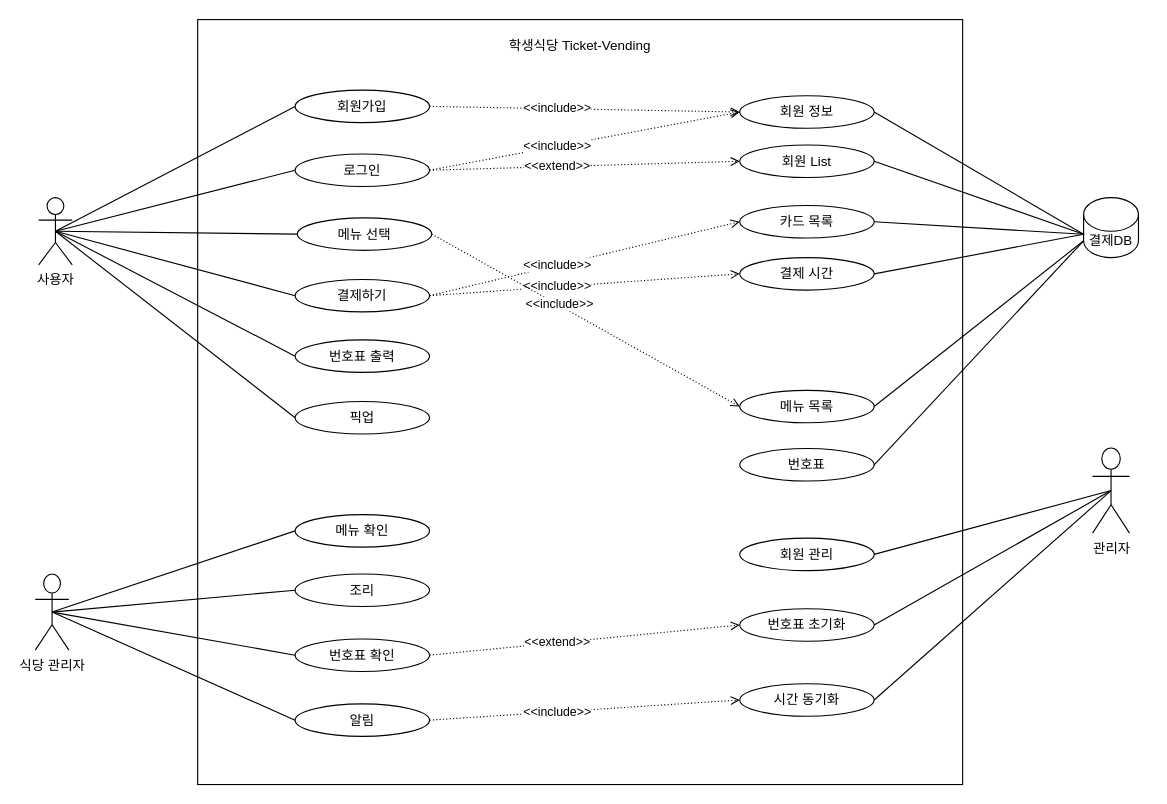
The draw.io diagram Student-cafeteria.drawio in four-idiots-team/student-cafteria-ticket-vending, before the edit. Source tidied: cells renumbered, new cells numbered last; positions are measured from the earlier drawing's top-left corner, leaving out a move shared by most shapes. Both pictures are drawn from the tidied source at 112%, with x=0, y=0 at pixel (35, 19).
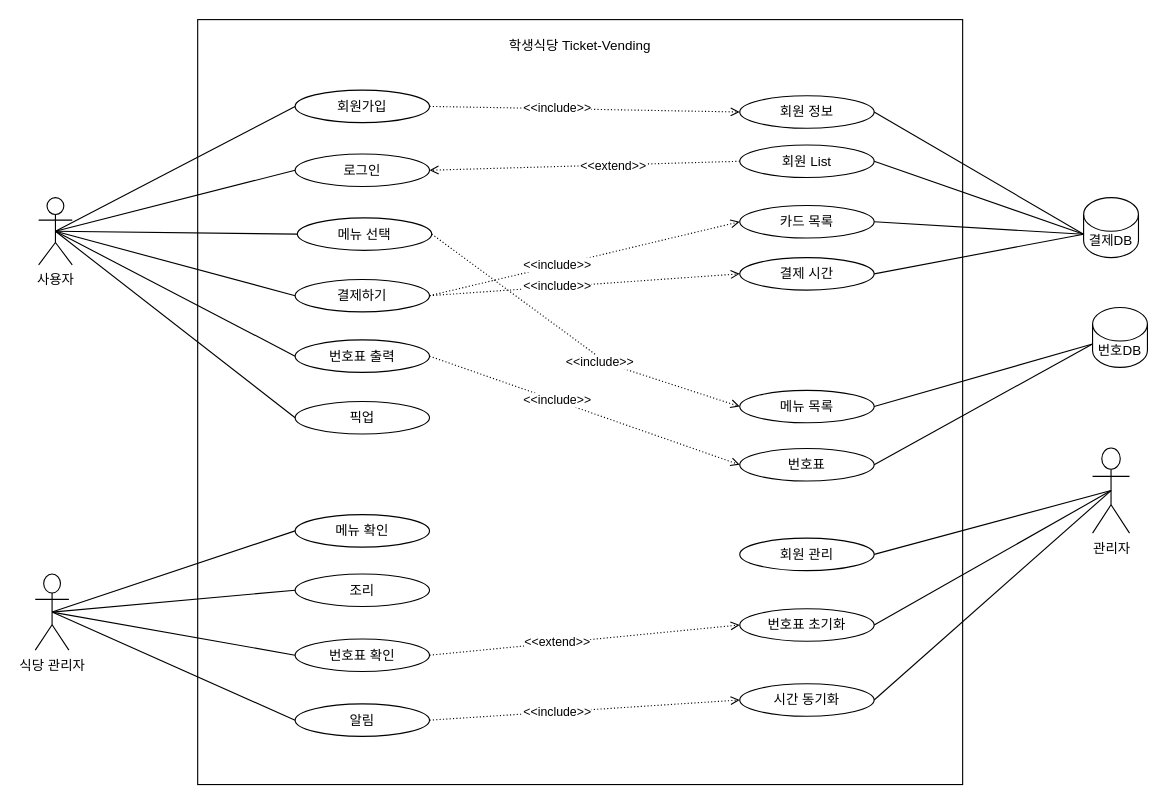
The same diagram, later.

The change refers to these unchanged cells:
```xml
<mxCell id="4" value="로그인" style="ellipse;whiteSpace=wrap;html=1;" parent="1" vertex="1">
  <mxGeometry x="232" y="120" width="120" height="29" as="geometry" />
</mxCell>
<mxCell id="8" value="메뉴 선택" style="ellipse;whiteSpace=wrap;html=1;" parent="1" vertex="1">
  <mxGeometry x="234" y="177" width="120" height="29" as="geometry" />
</mxCell>
<mxCell id="9" value="결제하기" style="ellipse;whiteSpace=wrap;html=1;" parent="1" vertex="1">
  <mxGeometry x="232" y="232" width="120" height="29" as="geometry" />
</mxCell>
<mxCell id="15" value="번호표 출력" style="ellipse;whiteSpace=wrap;html=1;" parent="1" vertex="1">
  <mxGeometry x="232" y="286" width="120" height="29" as="geometry" />
</mxCell>
<mxCell id="20" value="회원 정보" style="ellipse;whiteSpace=wrap;html=1;" parent="1" vertex="1">
  <mxGeometry x="629" y="68" width="120" height="29" as="geometry" />
</mxCell>
<mxCell id="21" value="번호표" style="ellipse;whiteSpace=wrap;html=1;" parent="1" vertex="1">
  <mxGeometry x="629" y="383" width="120" height="29" as="geometry" />
</mxCell>
<mxCell id="22" value="결제 시간" style="ellipse;whiteSpace=wrap;html=1;" parent="1" vertex="1">
  <mxGeometry x="629" y="212.5" width="120" height="29" as="geometry" />
</mxCell>
<mxCell id="23" value="메뉴 목록" style="ellipse;whiteSpace=wrap;html=1;" parent="1" vertex="1">
  <mxGeometry x="629" y="331" width="120" height="29" as="geometry" />
</mxCell>
<mxCell id="25" value="회원 List" style="ellipse;whiteSpace=wrap;html=1;" parent="1" vertex="1">
  <mxGeometry x="629" y="112" width="120" height="29" as="geometry" />
</mxCell>
<mxCell id="43" value="결제DB" style="shape=cylinder3;whiteSpace=wrap;html=1;boundedLbl=1;backgroundOutline=1;size=15;" parent="1" vertex="1">
  <mxGeometry x="936" y="159" width="49" height="53.5" as="geometry" />
</mxCell>
```

The edit, as a diff of the source:
```diff
@@
-    <mxCell id="38" style="endArrow=none;html=1;rounded=0;exitX=1;exitY=0.5;exitDx=0;exitDy=0;entryX=0;entryY=1;entryDx=0;entryDy=-15;entryPerimeter=0;" parent="1" edge="1" source="23" target="43">
+    <mxCell id="38" style="endArrow=none;html=1;rounded=0;exitX=1;exitY=0.5;exitDx=0;exitDy=0;entryX=0;entryY=0;entryDx=0;entryDy=32.625;entryPerimeter=0;" parent="1" edge="1" source="23" target="64">
       <mxGeometry relative="1" as="geometry" />
     </mxCell>
-    <mxCell id="39" style="endArrow=none;html=1;rounded=0;exitX=1;exitY=0.5;exitDx=0;exitDy=0;entryX=0;entryY=1;entryDx=0;entryDy=-15;entryPerimeter=0;" parent="1" edge="1" source="21" target="43">
+    <mxCell id="39" style="endArrow=none;html=1;rounded=0;exitX=1;exitY=0.5;exitDx=0;exitDy=0;entryX=0;entryY=0;entryDx=0;entryDy=32.625;entryPerimeter=0;" parent="1" edge="1" source="21" target="64">
       <mxGeometry relative="1" as="geometry" />
     </mxCell>
@@
-    <mxCell id="48" style="endArrow=open;html=1;rounded=0;dashed=1;dashPattern=1 2;endFill=0;exitX=1;exitY=0.5;exitDx=0;exitDy=0;entryX=0;entryY=0.5;entryDx=0;entryDy=0;" parent="1" edge="1" source="4" target="20">
-      <mxGeometry relative="1" as="geometry" />
-    </mxCell>
-    <mxCell id="49" value="&amp;lt;&amp;lt;include&amp;gt;&amp;gt;" style="edgeLabel;html=1;align=center;verticalAlign=middle;" parent="48" vertex="1">
-      <mxGeometry x="-0.18" y="1" relative="1" as="geometry" />
-    </mxCell>
@@
-    <mxCell id="55" style="endArrow=open;html=1;rounded=0;dashed=1;dashPattern=1 2;endFill=0;exitX=1;exitY=0.5;exitDx=0;exitDy=0;entryX=0;entryY=0.5;entryDx=0;entryDy=0;" parent="1" edge="1" source="4" target="25">
+    <mxCell id="55" style="endArrow=open;html=1;rounded=0;dashed=1;dashPattern=1 2;endFill=0;exitX=0;exitY=0.5;exitDx=0;exitDy=0;entryX=1;entryY=0.5;entryDx=0;entryDy=0;" parent="1" edge="1" source="25" target="4">
       <mxGeometry relative="1" as="geometry" />
     </mxCell>
@@
-    <mxCell id="57" style="endArrow=open;html=1;rounded=0;dashed=1;dashPattern=1 2;endFill=0;exitX=1;exitY=0.5;exitDx=0;exitDy=0;entryX=0;entryY=0.5;entryDx=0;entryDy=0;" parent="1" edge="1" source="9" target="22">
+    <mxCell id="57" style="endArrow=open;html=1;rounded=0;dashed=1;dashPattern=1 2;endFill=0;exitX=1;exitY=0.5;exitDx=0;exitDy=0;entryX=0;entryY=0.5;entryDx=0;entryDy=0;" parent="1" edge="1" source="15" target="21">
       <mxGeometry relative="1" as="geometry" />
     </mxCell>
@@
     <mxCell id="61" style="endArrow=open;html=1;rounded=0;dashed=1;dashPattern=1 2;endFill=0;exitX=1;exitY=0.5;exitDx=0;exitDy=0;entryX=0;entryY=0.5;entryDx=0;entryDy=0;" parent="1" edge="1" source="8" target="23">
-      <mxGeometry relative="1" as="geometry" />
+      <mxGeometry relative="1" as="geometry">
+        <Array as="points">
+          <mxPoint x="511" y="307" />
+        </Array>
+      </mxGeometry>
     </mxCell>
     <mxCell id="62" value="&amp;lt;&amp;lt;include&amp;gt;&amp;gt;" style="edgeLabel;html=1;align=center;verticalAlign=middle;" parent="61" vertex="1">
-      <mxGeometry x="-0.18" y="1" relative="1" as="geometry" />
+      <mxGeometry x="-0.18" y="1" relative="1" as="geometry">
+        <mxPoint x="43" y="37" as="offset" />
+      </mxGeometry>
     </mxCell>
+    <mxCell id="63" style="endArrow=open;html=1;rounded=0;dashed=1;dashPattern=1 2;endFill=0;exitX=1;exitY=0.5;exitDx=0;exitDy=0;entryX=0;entryY=0.5;entryDx=0;entryDy=0;" parent="1" edge="1" source="9" target="22">
+      <mxGeometry relative="1" as="geometry" />
+    </mxCell>
+    <mxCell id="49" value="&amp;lt;&amp;lt;include&amp;gt;&amp;gt;" style="edgeLabel;html=1;align=center;verticalAlign=middle;" parent="63" vertex="1">
+      <mxGeometry x="-0.18" y="1" relative="1" as="geometry" />
+    </mxCell>
+    <mxCell id="64" value="번호DB" style="shape=cylinder3;whiteSpace=wrap;html=1;boundedLbl=1;backgroundOutline=1;size=15;" parent="1" vertex="1">
+      <mxGeometry x="944" y="257" width="49" height="53.5" as="geometry" />
+    </mxCell>
```
